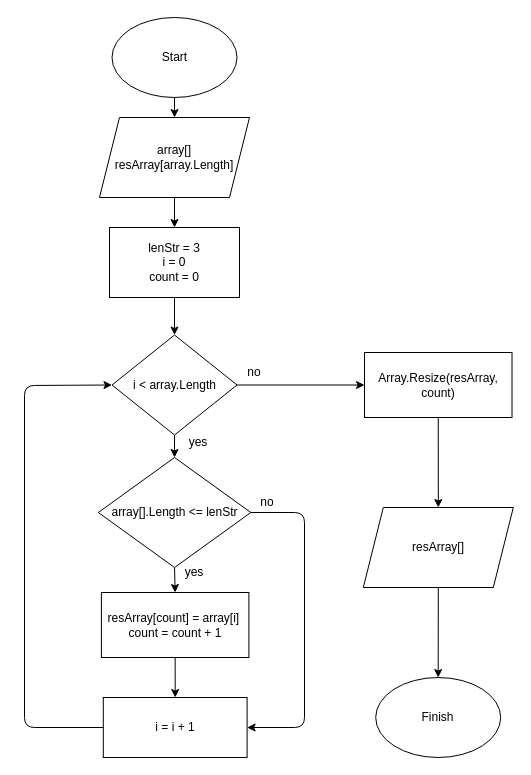
Above: block_diagram/block_diagram.drawio in ValeryZubkov/finalwork_block1_itspecialist (draw.io), before the change. Source tidied: cells renumbered, new cells numbered last; positions are measured from the earlier drawing's top-left corner, leaving out a move shared by most shapes. Both pictures are drawn from the tidied source at 100%, with x=0, y=0 at pixel (24, 17).
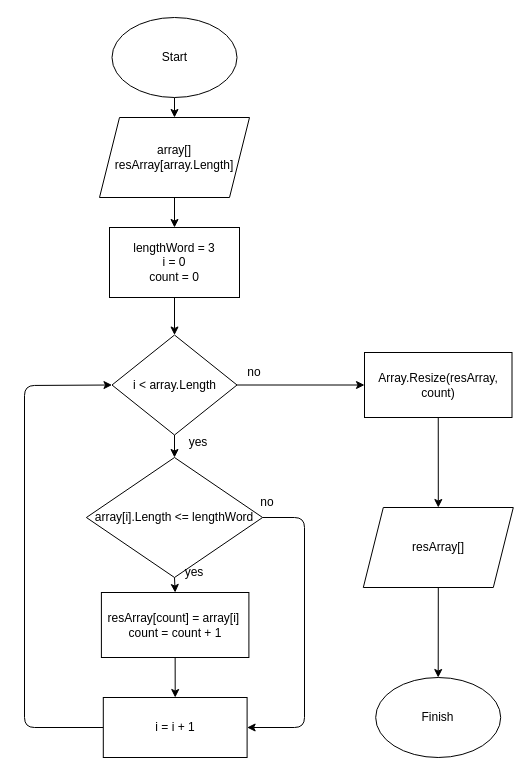
After the change.

Unchanged cells that the change refers to:
```xml
<mxCell id="17" value="i = i + 1" style="rounded=0;whiteSpace=wrap;html=1;" parent="1" vertex="1">
  <mxGeometry x="78.8" y="680" width="143.8" height="60" as="geometry" />
</mxCell>
```

What changed in the source:
```diff
@@
-    <mxCell id="7" value="lenStr = 3&lt;br&gt;i = 0&lt;br&gt;count = 0" style="rounded=0;whiteSpace=wrap;html=1;" parent="1" vertex="1">
+    <mxCell id="7" value="lengthWord = 3&lt;br&gt;i = 0&lt;br&gt;count = 0" style="rounded=0;whiteSpace=wrap;html=1;" parent="1" vertex="1">
       <mxGeometry x="85" y="210" width="130" height="70" as="geometry" />
     </mxCell>
@@
     <mxCell id="12" style="edgeStyle=none;html=1;exitX=1;exitY=0.5;exitDx=0;exitDy=0;entryX=1;entryY=0.5;entryDx=0;entryDy=0;" parent="1" edge="1" source="13" target="17">
       <mxGeometry relative="1" as="geometry">
         <Array as="points">
-          <mxPoint x="280" y="495" />
+          <mxPoint x="280" y="500" />
           <mxPoint x="280" y="710" />
         </Array>
       </mxGeometry>
     </mxCell>
-    <mxCell id="13" value="array[].Length &amp;lt;= lenStr" style="rhombus;whiteSpace=wrap;html=1;" parent="1" vertex="1">
-      <mxGeometry x="73.8" y="440" width="152.5" height="110" as="geometry" />
+    <mxCell id="13" value="array[i].Length &amp;lt;= lengthWord" style="rhombus;whiteSpace=wrap;html=1;" parent="1" vertex="1">
+      <mxGeometry x="61.9" y="440" width="176.2" height="120" as="geometry" />
     </mxCell>
```
